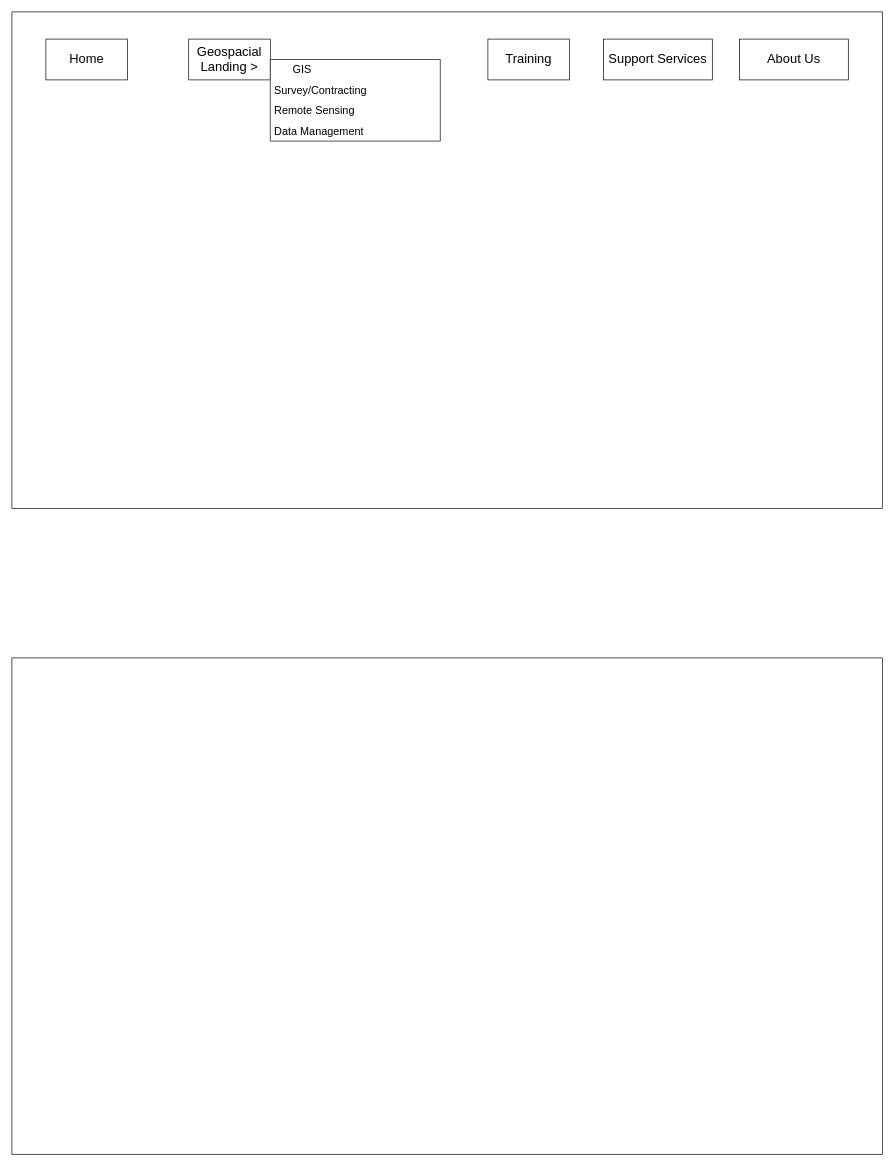
kevinjtr/geomatics-ui keeps this draw.io diagram as Untitled Diagram.drawio. Above is the earlier version. Source tidied: cells renumbered, new cells numbered last; positions are measured from the earlier drawing's top-left corner, leaving out a move shared by most shapes. Both pictures are drawn from the tidied source at 68%, with x=0, y=0 at pixel (12, 12).
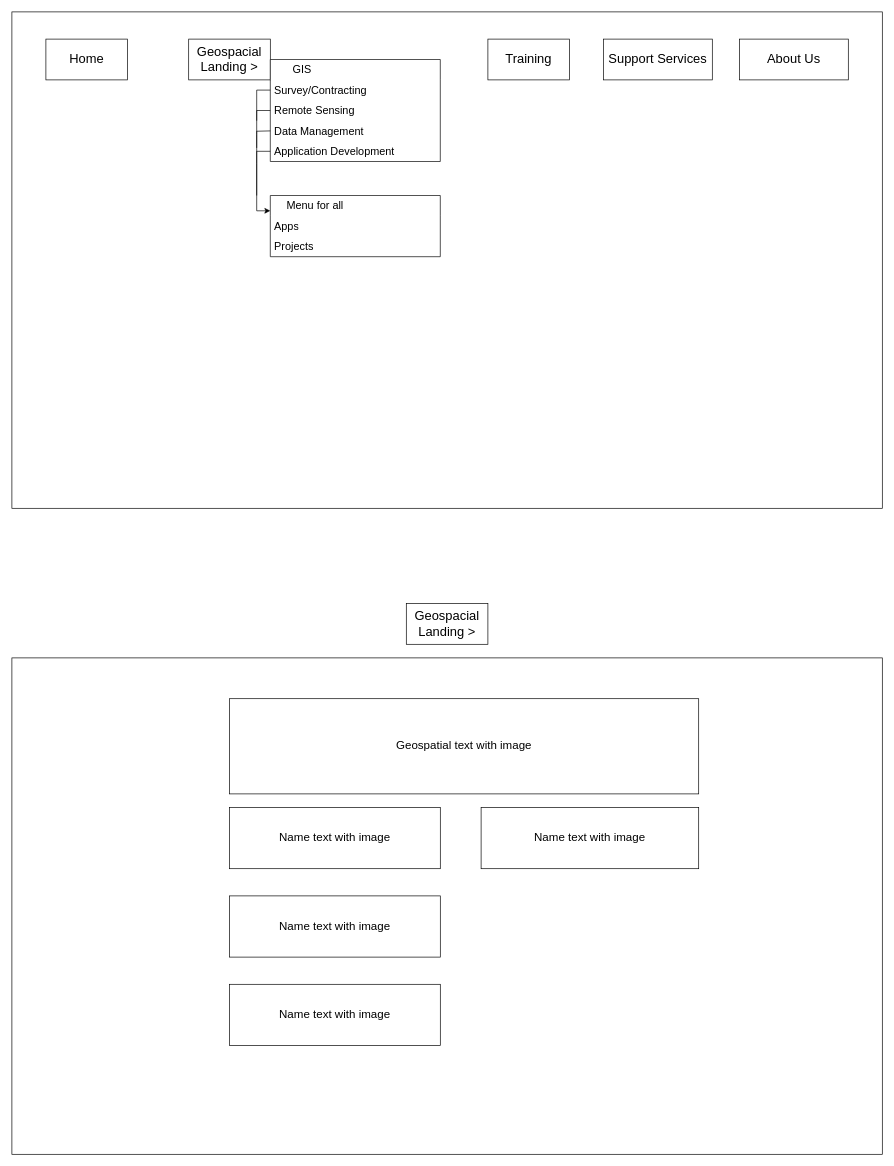
Above is the later version.

The change refers to these unchanged cells:
```xml
<mxCell id="8" value="Survey/Contracting" style="text;strokeColor=none;fillColor=none;align=left;verticalAlign=middle;spacingLeft=4;spacingRight=4;overflow=hidden;points=[[0,0.5],[1,0.5]];portConstraint=eastwest;whiteSpace=wrap;html=1;fontSize=16;" parent="7" vertex="1">
  <mxGeometry y="30" width="250" height="30" as="geometry" />
</mxCell>
<mxCell id="9" value="Remote Sensing" style="text;strokeColor=none;fillColor=none;align=left;verticalAlign=middle;spacingLeft=4;spacingRight=4;overflow=hidden;points=[[0,0.5],[1,0.5]];portConstraint=eastwest;whiteSpace=wrap;html=1;fontSize=16;" parent="7" vertex="1">
  <mxGeometry y="60" width="250" height="30" as="geometry" />
</mxCell>
```

What changed in the source:
```diff
@@
     <mxCell id="7" value="&amp;nbsp; &amp;nbsp; &amp;nbsp; &amp;nbsp;GIS" style="swimlane;fontStyle=0;horizontal=1;startSize=30;whiteSpace=wrap;html=1;fillColor=default;swimlaneLine=0;align=left;fontSize=16;" parent="1" vertex="1">
-      <mxGeometry x="380" y="70" width="250" height="120" as="geometry" />
+      <mxGeometry x="380" y="70" width="250" height="150" as="geometry" />
     </mxCell>
+    <mxCell id="13" style="edgeStyle=orthogonalEdgeStyle;rounded=0;jettySize=auto;html=1;exitX=0;exitY=0.5;exitDx=0;exitDy=0;endArrow=none;endFill=0;" parent="7" edge="1" source="8">
+      <mxGeometry relative="1" as="geometry">
+        <mxPoint x="-20" y="90" as="targetPoint" />
+      </mxGeometry>
+    </mxCell>
@@
+    <mxCell id="14" style="edgeStyle=orthogonalEdgeStyle;rounded=0;jettySize=auto;html=1;exitX=0;exitY=0.5;exitDx=0;exitDy=0;endArrow=none;endFill=0;" parent="7" edge="1" source="9">
+      <mxGeometry relative="1" as="geometry">
+        <mxPoint x="-20" y="130" as="targetPoint" />
+      </mxGeometry>
+    </mxCell>
@@
+    <mxCell id="15" value="Application Development" style="text;strokeColor=none;fillColor=none;align=left;verticalAlign=middle;spacingLeft=4;spacingRight=4;overflow=hidden;points=[[0,0.5],[1,0.5]];portConstraint=eastwest;whiteSpace=wrap;html=1;fontSize=16;" parent="7" vertex="1">
+      <mxGeometry y="120" width="250" height="30" as="geometry" />
+    </mxCell>
@@
+    <mxCell id="16" value="&amp;nbsp; &amp;nbsp; &amp;nbsp;Menu for all" style="swimlane;fontStyle=0;horizontal=1;startSize=30;whiteSpace=wrap;html=1;fillColor=default;swimlaneLine=0;align=left;fontSize=16;" parent="1" vertex="1">
+      <mxGeometry x="380" y="270" width="250" height="90" as="geometry" />
+    </mxCell>
+    <mxCell id="17" value="Apps" style="text;strokeColor=none;fillColor=none;align=left;verticalAlign=middle;spacingLeft=4;spacingRight=4;overflow=hidden;whiteSpace=wrap;html=1;fontSize=16;" parent="16" vertex="1">
+      <mxGeometry y="30" width="250" height="30" as="geometry" />
+    </mxCell>
+    <mxCell id="18" value="Projects" style="text;strokeColor=none;fillColor=none;align=left;verticalAlign=middle;spacingLeft=4;spacingRight=4;overflow=hidden;whiteSpace=wrap;html=1;fontSize=16;" parent="16" vertex="1">
+      <mxGeometry y="60" width="250" height="30" as="geometry" />
+    </mxCell>
+    <mxCell id="19" style="edgeStyle=orthogonalEdgeStyle;rounded=0;jettySize=auto;html=1;exitX=0;exitY=0.5;exitDx=0;exitDy=0;entryX=0;entryY=0.25;entryDx=0;entryDy=0;" parent="1" edge="1" source="15" target="16">
+      <mxGeometry relative="1" as="geometry" />
+    </mxCell>
+    <mxCell id="20" style="edgeStyle=orthogonalEdgeStyle;rounded=0;orthogonalLoop=1;jettySize=auto;html=1;exitX=0;exitY=0.5;exitDx=0;exitDy=0;endArrow=none;endFill=0;" parent="1" edge="1">
+      <mxGeometry relative="1" as="geometry">
+        <mxPoint x="380" y="175" as="sourcePoint" />
+        <mxPoint x="360" y="270" as="targetPoint" />
+      </mxGeometry>
+    </mxCell>
+    <mxCell id="21" value="&lt;font style=&quot;font-size: 19px;&quot;&gt;Geospacial Landing &amp;gt;&lt;/font&gt;" style="rounded=0;whiteSpace=wrap;html=1;" parent="1" vertex="1">
+      <mxGeometry x="580" y="870" width="120" height="60" as="geometry" />
+    </mxCell>
+    <mxCell id="22" value="&lt;font style=&quot;font-size: 17px;&quot;&gt;Geospatial text with image&lt;/font&gt;" style="rounded=0;whiteSpace=wrap;html=1;" parent="1" vertex="1">
+      <mxGeometry x="320" y="1010" width="690" height="140" as="geometry" />
+    </mxCell>
+    <mxCell id="23" value="&lt;font style=&quot;font-size: 17px;&quot;&gt;Name text with image&lt;/font&gt;" style="rounded=0;whiteSpace=wrap;html=1;" parent="1" vertex="1">
+      <mxGeometry x="320" y="1170" width="310" height="90" as="geometry" />
+    </mxCell>
+    <mxCell id="24" value="&lt;font style=&quot;font-size: 17px;&quot;&gt;Name text with image&lt;/font&gt;" style="rounded=0;whiteSpace=wrap;html=1;" parent="1" vertex="1">
+      <mxGeometry x="320" y="1300" width="310" height="90" as="geometry" />
+    </mxCell>
+    <mxCell id="25" value="&lt;font style=&quot;font-size: 17px;&quot;&gt;Name text with image&lt;/font&gt;" style="rounded=0;whiteSpace=wrap;html=1;" parent="1" vertex="1">
+      <mxGeometry x="320" y="1430" width="310" height="90" as="geometry" />
+    </mxCell>
+    <mxCell id="26" value="&lt;font style=&quot;font-size: 17px;&quot;&gt;Name text with image&lt;/font&gt;" style="rounded=0;whiteSpace=wrap;html=1;" parent="1" vertex="1">
+      <mxGeometry x="690" y="1170" width="320" height="90" as="geometry" />
+    </mxCell>
```
